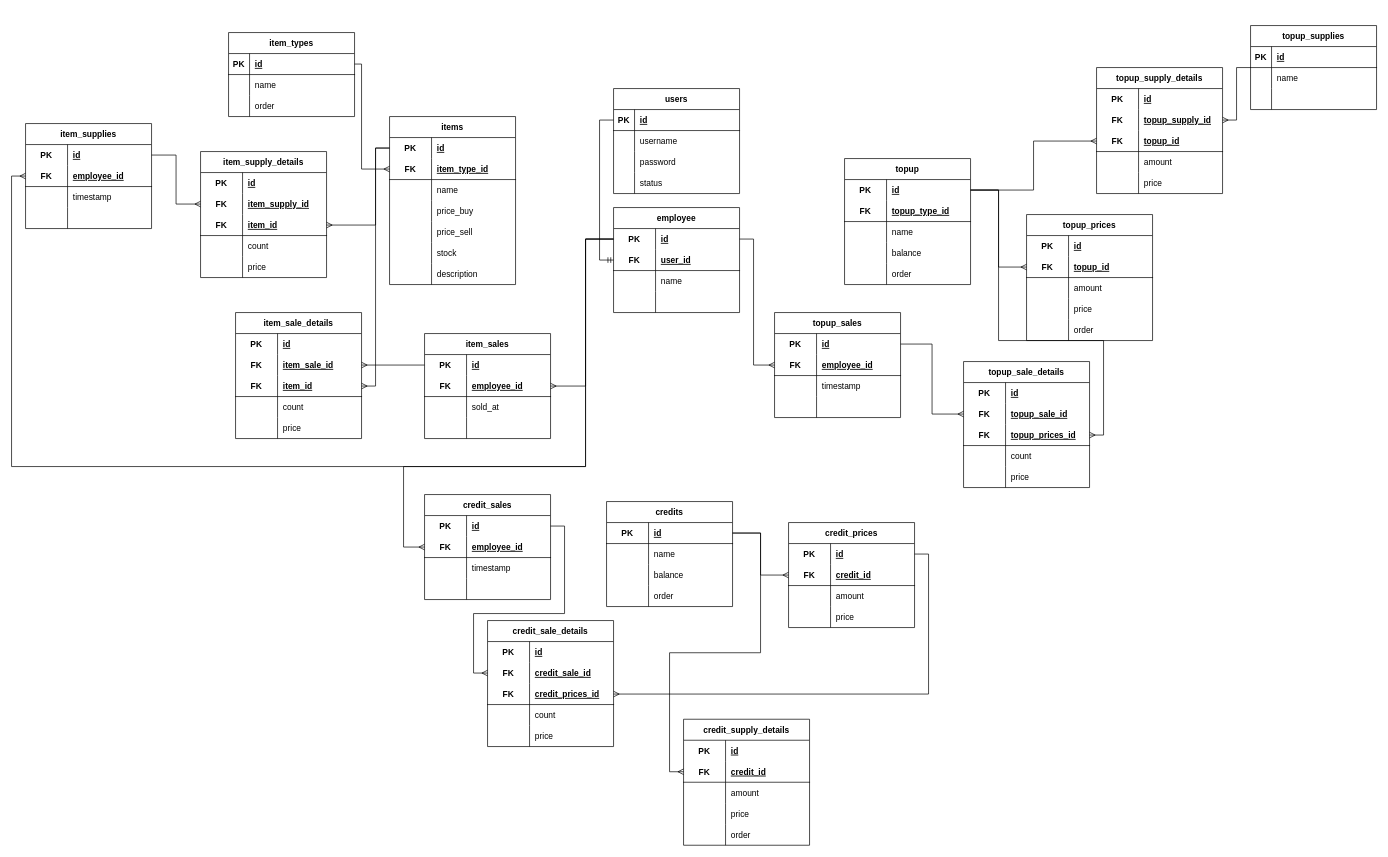
yafizh/cell-phone-api keeps this draw.io diagram as database/Database Schema.drawio. Above is the earlier version. Source tidied: cells renumbered, new cells numbered last; positions are measured from the earlier drawing's top-left corner, leaving out a move shared by most shapes. Both pictures are drawn from the tidied source at 70%, with x=0, y=0 at pixel (11, 25).
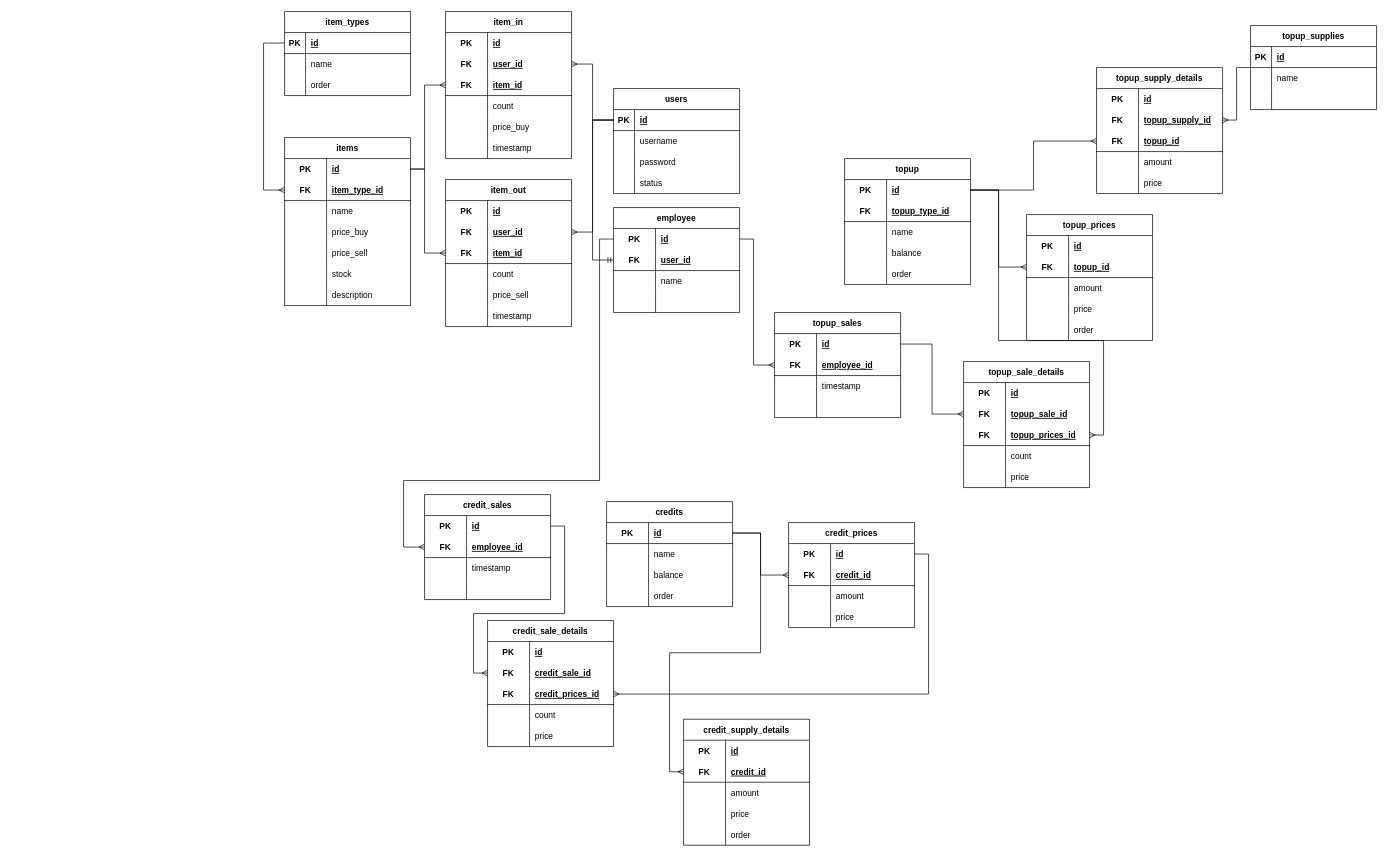
The same diagram, later.

The change refers to these unchanged cells:
```xml
<mxCell id="3" style="shape=tableRow;horizontal=0;startSize=0;swimlaneHead=0;swimlaneBody=0;fillColor=none;points=[[0,0.5],[1,0.5]];portConstraint=eastwest;top=0;left=0;right=0;bottom=0;" parent="2" vertex="1">
  <mxGeometry y="30" width="180" height="30" as="geometry" />
</mxCell>
<mxCell id="6" style="shape=tableRow;horizontal=0;startSize=0;swimlaneHead=0;swimlaneBody=0;fillColor=none;points=[[0,0.5],[1,0.5]];portConstraint=eastwest;top=0;left=0;right=0;bottom=1;" parent="2" vertex="1">
  <mxGeometry y="60" width="180" height="30" as="geometry" />
</mxCell>
<mxCell id="25" style="shape=tableRow;horizontal=0;startSize=0;swimlaneHead=0;swimlaneBody=0;fillColor=none;points=[[0,0.5],[1,0.5]];portConstraint=eastwest;top=0;left=0;right=0;bottom=1;" parent="24" vertex="1">
  <mxGeometry y="30" width="180" height="30" as="geometry" />
</mxCell>
<mxCell id="41" style="shape=tableRow;horizontal=0;startSize=0;swimlaneHead=0;swimlaneBody=0;fillColor=none;points=[[0,0.5],[1,0.5]];portConstraint=eastwest;top=0;left=0;right=0;bottom=0;" parent="37" vertex="1">
  <mxGeometry y="60" width="180" height="30" as="geometry" />
</mxCell>
<mxCell id="44" style="shape=tableRow;horizontal=0;startSize=0;swimlaneHead=0;swimlaneBody=0;fillColor=none;points=[[0,0.5],[1,0.5]];portConstraint=eastwest;top=0;left=0;right=0;bottom=1;" parent="37" vertex="1">
  <mxGeometry y="90" width="180" height="30" as="geometry" />
</mxCell>
<mxCell id="50" style="shape=tableRow;horizontal=0;startSize=0;swimlaneHead=0;swimlaneBody=0;fillColor=none;top=0;left=0;right=0;bottom=0;" parent="37" vertex="1">
  <mxGeometry y="150" width="180" height="30" as="geometry" />
</mxCell>
<mxCell id="67" style="shape=tableRow;horizontal=0;startSize=0;swimlaneHead=0;swimlaneBody=0;fillColor=none;points=[[0,0.5],[1,0.5]];portConstraint=eastwest;top=0;left=0;right=0;bottom=0;" parent="66" vertex="1">
  <mxGeometry y="30" width="180" height="30" as="geometry" />
</mxCell>
<mxCell id="70" style="shape=tableRow;horizontal=0;startSize=0;swimlaneHead=0;swimlaneBody=0;fillColor=none;points=[[0,0.5],[1,0.5]];portConstraint=eastwest;top=0;left=0;right=0;bottom=1;" parent="66" vertex="1">
  <mxGeometry y="60" width="180" height="30" as="geometry" />
</mxCell>
<mxCell id="80" style="shape=tableRow;horizontal=0;startSize=0;swimlaneHead=0;swimlaneBody=0;fillColor=none;points=[[0,0.5],[1,0.5]];portConstraint=eastwest;top=0;left=0;right=0;bottom=1;" parent="79" vertex="1">
  <mxGeometry y="30" width="180" height="30" as="geometry" />
</mxCell>
<mxCell id="162" style="shape=tableRow;horizontal=0;startSize=0;swimlaneHead=0;swimlaneBody=0;fillColor=none;points=[[0,0.5],[1,0.5]];portConstraint=eastwest;top=0;left=0;right=0;bottom=0;" parent="158" vertex="1">
  <mxGeometry y="60" width="180" height="30" as="geometry" />
</mxCell>
<mxCell id="165" style="shape=tableRow;horizontal=0;startSize=0;swimlaneHead=0;swimlaneBody=0;fillColor=none;points=[[0,0.5],[1,0.5]];portConstraint=eastwest;top=0;left=0;right=0;bottom=1;" parent="158" vertex="1">
  <mxGeometry y="90" width="180" height="30" as="geometry" />
</mxCell>
<mxCell id="171" style="shape=tableRow;horizontal=0;startSize=0;swimlaneHead=0;swimlaneBody=0;fillColor=none;top=0;left=0;right=0;bottom=0;" parent="158" vertex="1">
  <mxGeometry y="150" width="180" height="30" as="geometry" />
</mxCell>
<mxCell id="237" style="shape=tableRow;horizontal=0;startSize=0;swimlaneHead=0;swimlaneBody=0;fillColor=none;points=[[0,0.5],[1,0.5]];portConstraint=eastwest;top=0;left=0;right=0;bottom=1;" parent="233" vertex="1">
  <mxGeometry y="60" width="180" height="30" as="geometry" />
</mxCell>
```

Diff of the diagram source:
```diff
@@
     <mxCell id="2" value="items" style="shape=table;startSize=30;childLayout=tableLayout;rowLines=0;fontStyle=1;align=center;" parent="1" vertex="1">
-      <mxGeometry x="540" y="130" width="180" height="240" as="geometry" />
+      <mxGeometry x="390" y="160" width="180" height="240" as="geometry" />
     </mxCell>
@@
-    <mxCell id="37" value="item_sale_details" style="shape=table;startSize=30;childLayout=tableLayout;rowLines=0;fontStyle=1;align=center;" parent="1" vertex="1">
-      <mxGeometry x="320" y="410" width="180" height="180" as="geometry" />
+    <mxCell id="37" value="item_out" style="shape=table;startSize=30;childLayout=tableLayout;rowLines=0;fontStyle=1;align=center;" parent="1" vertex="1">
+      <mxGeometry x="620" y="220" width="180" height="210" as="geometry" />
     </mxCell>
@@
-    <mxCell id="43" value="item_sale_id" style="shape=partialRectangle;fillColor=none;top=0;left=0;bottom=0;right=0;align=left;spacingLeft=6;fontStyle=5;overflow=hidden;" parent="41" vertex="1">
+    <mxCell id="43" value="user_id" style="shape=partialRectangle;fillColor=none;top=0;left=0;bottom=0;right=0;align=left;spacingLeft=6;fontStyle=5;overflow=hidden;" parent="41" vertex="1">
       <mxGeometry x="60" width="120" height="30" as="geometry" />
     </mxCell>
@@
-    <mxCell id="52" value="price" style="shape=partialRectangle;fillColor=none;top=0;left=0;bottom=0;right=0;align=left;spacingLeft=6;overflow=hidden;" parent="50" vertex="1">
+    <mxCell id="52" value="price_sell" style="shape=partialRectangle;fillColor=none;top=0;left=0;bottom=0;right=0;align=left;spacingLeft=6;overflow=hidden;" parent="50" vertex="1">
       <mxGeometry x="60" width="120" height="30" as="geometry" />
     </mxCell>
-    <mxCell id="53" value="item_sales" style="shape=table;startSize=30;childLayout=tableLayout;rowLines=0;fontStyle=1;align=center;" parent="1" vertex="1">
-      <mxGeometry x="590" y="440" width="180" height="150" as="geometry" />
-    </mxCell>
-    <mxCell id="54" style="shape=tableRow;horizontal=0;startSize=0;swimlaneHead=0;swimlaneBody=0;fillColor=none;points=[[0,0.5],[1,0.5]];portConstraint=eastwest;top=0;left=0;right=0;bottom=0;" parent="53" vertex="1">
-      <mxGeometry y="30" width="180" height="30" as="geometry" />
-    </mxCell>
-    <mxCell id="55" value="PK" style="shape=partialRectangle;fillColor=none;top=0;left=0;bottom=0;right=0;fontStyle=1;overflow=hidden;" parent="54" vertex="1">
-      <mxGeometry width="60" height="30" as="geometry" />
-    </mxCell>
-    <mxCell id="56" value="id" style="shape=partialRectangle;fillColor=none;top=0;left=0;bottom=0;right=0;align=left;spacingLeft=6;fontStyle=5;overflow=hidden;" parent="54" vertex="1">
-      <mxGeometry x="60" width="120" height="30" as="geometry" />
-    </mxCell>
-    <mxCell id="57" style="shape=tableRow;horizontal=0;startSize=0;swimlaneHead=0;swimlaneBody=0;fillColor=none;points=[[0,0.5],[1,0.5]];portConstraint=eastwest;top=0;left=0;right=0;bottom=1;" parent="53" vertex="1">
-      <mxGeometry y="60" width="180" height="30" as="geometry" />
-    </mxCell>
-    <mxCell id="58" value="FK" style="shape=partialRectangle;fillColor=none;top=0;left=0;bottom=0;right=0;fontStyle=1;overflow=hidden;" parent="57" vertex="1">
-      <mxGeometry width="60" height="30" as="geometry" />
-    </mxCell>
-    <mxCell id="59" value="employee_id" style="shape=partialRectangle;fillColor=none;top=0;left=0;bottom=0;right=0;align=left;spacingLeft=6;fontStyle=5;overflow=hidden;" parent="57" vertex="1">
-      <mxGeometry x="60" width="120" height="30" as="geometry" />
-    </mxCell>
-    <mxCell id="60" style="shape=tableRow;horizontal=0;startSize=0;swimlaneHead=0;swimlaneBody=0;fillColor=none;top=0;left=0;right=0;bottom=0;" parent="53" vertex="1">
-      <mxGeometry y="90" width="180" height="30" as="geometry" />
-    </mxCell>
-    <mxCell id="61" style="shape=partialRectangle;fillColor=none;top=0;left=0;bottom=0;right=0;overflow=hidden;" parent="60" vertex="1">
-      <mxGeometry width="60" height="30" as="geometry" />
-    </mxCell>
-    <mxCell id="62" value="sold_at" style="shape=partialRectangle;fillColor=none;top=0;left=0;bottom=0;right=0;align=left;spacingLeft=6;overflow=hidden;" parent="60" vertex="1">
-      <mxGeometry x="60" width="120" height="30" as="geometry" />
-    </mxCell>
-    <mxCell id="63" style="shape=tableRow;horizontal=0;startSize=0;swimlaneHead=0;swimlaneBody=0;fillColor=none;top=0;left=0;right=0;bottom=0;" parent="53" vertex="1">
-      <mxGeometry y="120" width="180" height="30" as="geometry" />
-    </mxCell>
-    <mxCell id="64" style="shape=partialRectangle;fillColor=none;top=0;left=0;bottom=0;right=0;overflow=hidden;" parent="63" vertex="1">
-      <mxGeometry width="60" height="30" as="geometry" />
-    </mxCell>
-    <mxCell id="65" style="shape=partialRectangle;fillColor=none;top=0;left=0;bottom=0;right=0;align=left;spacingLeft=6;overflow=hidden;" parent="63" vertex="1">
-      <mxGeometry x="60" width="120" height="30" as="geometry" />
-    </mxCell>
+    <mxCell id="295" style="shape=tableRow;horizontal=0;startSize=0;swimlaneHead=0;swimlaneBody=0;fillColor=none;top=0;left=0;right=0;bottom=0;" parent="37" vertex="1">
+      <mxGeometry y="180" width="180" height="30" as="geometry" />
+    </mxCell>
+    <mxCell id="296" style="shape=partialRectangle;fillColor=none;top=0;left=0;bottom=0;right=0;overflow=hidden;" parent="295" vertex="1">
+      <mxGeometry width="60" height="30" as="geometry" />
+    </mxCell>
+    <mxCell id="297" value="timestamp" style="shape=partialRectangle;fillColor=none;top=0;left=0;bottom=0;right=0;align=left;spacingLeft=6;overflow=hidden;" parent="295" vertex="1">
+      <mxGeometry x="60" width="120" height="30" as="geometry" />
+    </mxCell>
@@
     <mxCell id="79" value="item_types" style="shape=table;startSize=30;childLayout=tableLayout;rowLines=0;fontStyle=1;align=center;" parent="1" vertex="1">
-      <mxGeometry x="310" y="10" width="180" height="120" as="geometry" />
+      <mxGeometry x="390" y="-20" width="180" height="120" as="geometry" />
     </mxCell>
@@
     <mxCell id="150" style="edgeStyle=orthogonalEdgeStyle;rounded=0;jettySize=auto;html=1;entryX=0;entryY=0.5;entryDx=0;entryDy=0;endArrow=ERmandOne;endFill=0;" parent="1" edge="1" source="25" target="70">
-      <mxGeometry relative="1" as="geometry" />
+      <mxGeometry relative="1" as="geometry">
+        <Array as="points">
+          <mxPoint x="830" y="135" />
+          <mxPoint x="830" y="335" />
+        </Array>
+      </mxGeometry>
     </mxCell>
     <mxCell id="151" style="edgeStyle=orthogonalEdgeStyle;rounded=0;jettySize=auto;html=1;entryX=0;entryY=0.5;entryDx=0;entryDy=0;endArrow=ERmany;endFill=0;" parent="1" edge="1" source="80" target="6">
       <mxGeometry relative="1" as="geometry">
         <Array as="points">
-          <mxPoint x="500" y="55" />
-          <mxPoint x="500" y="205" />
+          <mxPoint x="360" y="25" />
+          <mxPoint x="360" y="235" />
         </Array>
       </mxGeometry>
     </mxCell>
@@
-    <mxCell id="153" style="edgeStyle=orthogonalEdgeStyle;rounded=0;jettySize=auto;html=1;entryX=1;entryY=0.5;entryDx=0;entryDy=0;endArrow=ERmany;endFill=0;" parent="1" edge="1" source="3" target="44">
-      <mxGeometry relative="1" as="geometry" />
+    <mxCell id="153" style="edgeStyle=orthogonalEdgeStyle;rounded=0;jettySize=auto;html=1;endArrow=ERmany;endFill=0;entryX=0;entryY=0.5;entryDx=0;entryDy=0;" parent="1" edge="1" source="3" target="44">
+      <mxGeometry relative="1" as="geometry">
+        <Array as="points">
+          <mxPoint x="590" y="205" />
+          <mxPoint x="590" y="325" />
+        </Array>
+      </mxGeometry>
     </mxCell>
-    <mxCell id="154" style="edgeStyle=orthogonalEdgeStyle;rounded=0;jettySize=auto;html=1;entryX=1;entryY=0.5;entryDx=0;entryDy=0;endArrow=ERmany;endFill=0;" parent="1" edge="1" source="54" target="41">
-      <mxGeometry relative="1" as="geometry" />
-    </mxCell>
-    <mxCell id="155" style="edgeStyle=orthogonalEdgeStyle;rounded=0;jettySize=auto;html=1;entryX=1;entryY=0.5;entryDx=0;entryDy=0;endArrow=ERmany;endFill=0;" parent="1" edge="1" source="67" target="57">
-      <mxGeometry relative="1" as="geometry">
-        <Array as="points">
-          <mxPoint x="820" y="305" />
-          <mxPoint x="820" y="515" />
-        </Array>
-      </mxGeometry>
-    </mxCell>
@@
-    <mxCell id="158" value="item_supply_details" style="shape=table;startSize=30;childLayout=tableLayout;rowLines=0;fontStyle=1;align=center;" parent="1" vertex="1">
-      <mxGeometry x="270" y="180" width="180" height="180" as="geometry" />
+    <mxCell id="158" value="item_in" style="shape=table;startSize=30;childLayout=tableLayout;rowLines=0;fontStyle=1;align=center;" parent="1" vertex="1">
+      <mxGeometry x="620" y="-20" width="180" height="210" as="geometry" />
     </mxCell>
@@
-    <mxCell id="164" value="item_supply_id" style="shape=partialRectangle;fillColor=none;top=0;left=0;bottom=0;right=0;align=left;spacingLeft=6;fontStyle=5;overflow=hidden;" parent="162" vertex="1">
+    <mxCell id="164" value="user_id" style="shape=partialRectangle;fillColor=none;top=0;left=0;bottom=0;right=0;align=left;spacingLeft=6;fontStyle=5;overflow=hidden;" parent="162" vertex="1">
       <mxGeometry x="60" width="120" height="30" as="geometry" />
     </mxCell>
@@
-    <mxCell id="173" value="price" style="shape=partialRectangle;fillColor=none;top=0;left=0;bottom=0;right=0;align=left;spacingLeft=6;overflow=hidden;" parent="171" vertex="1">
+    <mxCell id="173" value="price_buy" style="shape=partialRectangle;fillColor=none;top=0;left=0;bottom=0;right=0;align=left;spacingLeft=6;overflow=hidden;" parent="171" vertex="1">
       <mxGeometry x="60" width="120" height="30" as="geometry" />
     </mxCell>
-    <mxCell id="174" style="edgeStyle=orthogonalEdgeStyle;rounded=0;jettySize=auto;html=1;entryX=0;entryY=0.5;entryDx=0;entryDy=0;endArrow=ERmany;endFill=0;exitX=1;exitY=0.5;exitDx=0;exitDy=0;" parent="1" edge="1" source="282" target="162">
-      <mxGeometry relative="1" as="geometry" />
-    </mxCell>
+    <mxCell id="298" style="shape=tableRow;horizontal=0;startSize=0;swimlaneHead=0;swimlaneBody=0;fillColor=none;top=0;left=0;right=0;bottom=0;" parent="158" vertex="1">
+      <mxGeometry y="180" width="180" height="30" as="geometry" />
+    </mxCell>
+    <mxCell id="299" style="shape=partialRectangle;fillColor=none;top=0;left=0;bottom=0;right=0;overflow=hidden;" parent="298" vertex="1">
+      <mxGeometry width="60" height="30" as="geometry" />
+    </mxCell>
+    <mxCell id="300" value="timestamp" style="shape=partialRectangle;fillColor=none;top=0;left=0;bottom=0;right=0;align=left;spacingLeft=6;overflow=hidden;" parent="298" vertex="1">
+      <mxGeometry x="60" width="120" height="30" as="geometry" />
+    </mxCell>
-    <mxCell id="175" style="edgeStyle=orthogonalEdgeStyle;rounded=0;jettySize=auto;html=1;entryX=1;entryY=0.5;entryDx=0;entryDy=0;endArrow=ERmany;endFill=0;" parent="1" edge="1" source="3" target="165">
+    <mxCell id="175" style="edgeStyle=orthogonalEdgeStyle;rounded=0;jettySize=auto;html=1;endArrow=ERmany;endFill=0;entryX=0;entryY=0.5;entryDx=0;entryDy=0;" parent="1" edge="1" source="3" target="165">
       <mxGeometry relative="1" as="geometry">
         <Array as="points">
-          <mxPoint x="520" y="175" />
-          <mxPoint x="520" y="285" />
+          <mxPoint x="590" y="205" />
+          <mxPoint x="590" y="85" />
         </Array>
       </mxGeometry>
     </mxCell>
@@
     <mxCell id="246" style="edgeStyle=orthogonalEdgeStyle;rounded=0;jettySize=auto;html=1;entryX=0;entryY=0.5;entryDx=0;entryDy=0;endArrow=ERmany;endFill=0;" parent="1" edge="1" source="67" target="237">
       <mxGeometry relative="1" as="geometry">
         <Array as="points">
-          <mxPoint x="820" y="305" />
-          <mxPoint x="820" y="630" />
-          <mxPoint x="560" y="630" />
+          <mxPoint x="840" y="305" />
+          <mxPoint x="840" y="650" />
+          <mxPoint x="560" y="650" />
           <mxPoint x="560" y="745" />
         </Array>
       </mxGeometry>
     </mxCell>
@@
-    <mxCell id="281" value="item_supplies" style="shape=table;startSize=30;childLayout=tableLayout;rowLines=0;fontStyle=1;align=center;" parent="1" vertex="1">
-      <mxGeometry x="20" y="140" width="180" height="150" as="geometry" />
-    </mxCell>
-    <mxCell id="282" style="shape=tableRow;horizontal=0;startSize=0;swimlaneHead=0;swimlaneBody=0;fillColor=none;points=[[0,0.5],[1,0.5]];portConstraint=eastwest;top=0;left=0;right=0;bottom=0;" parent="281" vertex="1">
-      <mxGeometry y="30" width="180" height="30" as="geometry" />
-    </mxCell>
-    <mxCell id="283" value="PK" style="shape=partialRectangle;fillColor=none;top=0;left=0;bottom=0;right=0;fontStyle=1;overflow=hidden;" parent="282" vertex="1">
-      <mxGeometry width="60" height="30" as="geometry" />
-    </mxCell>
-    <mxCell id="284" value="id" style="shape=partialRectangle;fillColor=none;top=0;left=0;bottom=0;right=0;align=left;spacingLeft=6;fontStyle=5;overflow=hidden;" parent="282" vertex="1">
-      <mxGeometry x="60" width="120" height="30" as="geometry" />
-    </mxCell>
-    <mxCell id="285" style="shape=tableRow;horizontal=0;startSize=0;swimlaneHead=0;swimlaneBody=0;fillColor=none;points=[[0,0.5],[1,0.5]];portConstraint=eastwest;top=0;left=0;right=0;bottom=1;" parent="281" vertex="1">
-      <mxGeometry y="60" width="180" height="30" as="geometry" />
-    </mxCell>
-    <mxCell id="286" value="FK" style="shape=partialRectangle;fillColor=none;top=0;left=0;bottom=0;right=0;fontStyle=1;overflow=hidden;" parent="285" vertex="1">
-      <mxGeometry width="60" height="30" as="geometry" />
-    </mxCell>
-    <mxCell id="287" value="employee_id" style="shape=partialRectangle;fillColor=none;top=0;left=0;bottom=0;right=0;align=left;spacingLeft=6;fontStyle=5;overflow=hidden;" parent="285" vertex="1">
-      <mxGeometry x="60" width="120" height="30" as="geometry" />
-    </mxCell>
-    <mxCell id="288" style="shape=tableRow;horizontal=0;startSize=0;swimlaneHead=0;swimlaneBody=0;fillColor=none;top=0;left=0;right=0;bottom=0;" parent="281" vertex="1">
-      <mxGeometry y="90" width="180" height="30" as="geometry" />
-    </mxCell>
-    <mxCell id="289" style="shape=partialRectangle;fillColor=none;top=0;left=0;bottom=0;right=0;overflow=hidden;" parent="288" vertex="1">
-      <mxGeometry width="60" height="30" as="geometry" />
-    </mxCell>
-    <mxCell id="290" value="timestamp" style="shape=partialRectangle;fillColor=none;top=0;left=0;bottom=0;right=0;align=left;spacingLeft=6;overflow=hidden;" parent="288" vertex="1">
-      <mxGeometry x="60" width="120" height="30" as="geometry" />
-    </mxCell>
-    <mxCell id="291" style="shape=tableRow;horizontal=0;startSize=0;swimlaneHead=0;swimlaneBody=0;fillColor=none;top=0;left=0;right=0;bottom=0;" parent="281" vertex="1">
-      <mxGeometry y="120" width="180" height="30" as="geometry" />
-    </mxCell>
-    <mxCell id="292" style="shape=partialRectangle;fillColor=none;top=0;left=0;bottom=0;right=0;overflow=hidden;" parent="291" vertex="1">
-      <mxGeometry width="60" height="30" as="geometry" />
-    </mxCell>
-    <mxCell id="293" style="shape=partialRectangle;fillColor=none;top=0;left=0;bottom=0;right=0;align=left;spacingLeft=6;overflow=hidden;" parent="291" vertex="1">
-      <mxGeometry x="60" width="120" height="30" as="geometry" />
-    </mxCell>
-    <mxCell id="294" style="edgeStyle=orthogonalEdgeStyle;rounded=0;jettySize=auto;html=1;entryX=0;entryY=0.5;entryDx=0;entryDy=0;endArrow=ERmany;endFill=0;" parent="1" edge="1" source="67" target="285">
-      <mxGeometry relative="1" as="geometry">
-        <Array as="points">
-          <mxPoint x="820" y="305" />
-          <mxPoint x="820" y="630" />
-          <mxPoint y="630" />
-          <mxPoint y="215" />
-        </Array>
-      </mxGeometry>
-    </mxCell>
+    <mxCell id="301" style="edgeStyle=orthogonalEdgeStyle;rounded=0;jettySize=auto;html=1;entryX=1;entryY=0.5;entryDx=0;entryDy=0;endArrow=ERmany;endFill=0;" parent="1" edge="1" source="25" target="162">
+      <mxGeometry relative="1" as="geometry">
+        <Array as="points">
+          <mxPoint x="830" y="135" />
+          <mxPoint x="830" y="55" />
+        </Array>
+      </mxGeometry>
+    </mxCell>
+    <mxCell id="302" style="edgeStyle=orthogonalEdgeStyle;rounded=0;jettySize=auto;html=1;entryX=1;entryY=0.5;entryDx=0;entryDy=0;endArrow=ERmany;endFill=0;" parent="1" edge="1" source="25" target="41">
+      <mxGeometry relative="1" as="geometry" />
+    </mxCell>
```
